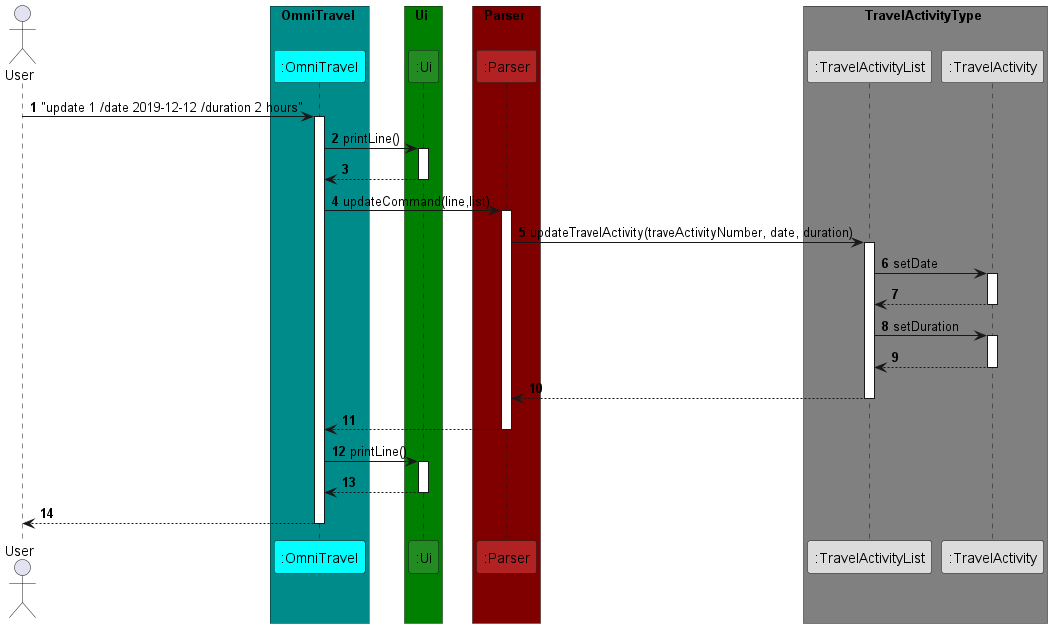
Before: docs/img_1.png, a diagram exported from PlantUML (annnniexu/tp). The source it was exported from:
```plantuml
@startuml

autonumber
!define LOGIC_COlOR #228B22
!define LOGIC_COlOR_T1 #B22222
!define LOGIC_COlOR_T2 #DCDCDC
!define LOGIC_COlOR_T3 #808080
!define LOGIC_COlOR_T4 #008000
!define LOGIC_COlOR_T5 #800000
!define LOGIC_COlOR_T6 #008B8B
!define LOGIC_COlOR_T7 #00FFFF

actor User as user

box OmniTravel LOGIC_COlOR_T6
participant ":OmniTravel" as OmniTravel LOGIC_COlOR_T7

box Ui LOGIC_COlOR_T4
participant ":Ui" as Ui LOGIC_COlOR

box Parser LOGIC_COlOR_T5
participant ":Parser" as Parser LOGIC_COlOR_T1
end box

box TravelActivityType LOGIC_COlOR_T3
participant ":TravelActivityList" as TravelActivityList LOGIC_COlOR_T2
participant ":TravelActivity" as TravelActivity LOGIC_COlOR_T2
end box

user -> OmniTravel : "update 1 /date 2019-12-12 /duration 2 hours"
activate OmniTravel
OmniTravel -> Ui : printLine()
activate Ui
Ui --> OmniTravel
deactivate Ui
OmniTravel-> Parser : updateCommand(line,list)
activate Parser
Parser -> TravelActivityList: updateTravelActivity(traveActivityNumber, date, duration)
activate TravelActivityList
TravelActivityList -> TravelActivity: setDate
activate TravelActivity
TravelActivity --> TravelActivityList
deactivate TravelActivity
TravelActivityList -> TravelActivity: setDuration
activate TravelActivity
TravelActivity --> TravelActivityList
deactivate TravelActivity
TravelActivityList --> Parser
deactivate TravelActivityList
Parser -->OmniTravel
deactivate Parser
OmniTravel-> Ui : printLine()
activate Ui
Ui -->OmniTravel
deactivate Ui
OmniTravel --> user
deactivate OmniTravel


@enduml
```
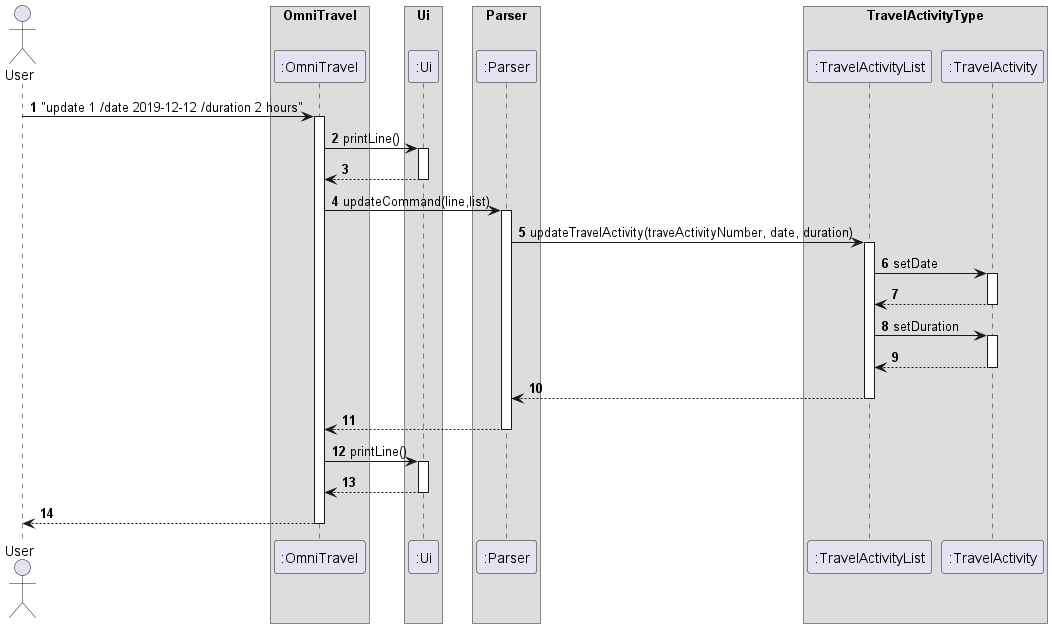
After the change.

The edit, as a diff of the source:
```diff
@@ -1,30 +1,23 @@
 @startuml
 
 autonumber
-!define LOGIC_COlOR #228B22
-!define LOGIC_COlOR_T1 #B22222
-!define LOGIC_COlOR_T2 #DCDCDC
-!define LOGIC_COlOR_T3 #808080
-!define LOGIC_COlOR_T4 #008000
-!define LOGIC_COlOR_T5 #800000
-!define LOGIC_COlOR_T6 #008B8B
-!define LOGIC_COlOR_T7 #00FFFF
+
 
 actor User as user
 
-box OmniTravel LOGIC_COlOR_T6
-participant ":OmniTravel" as OmniTravel LOGIC_COlOR_T7
+box OmniTravel
+participant ":OmniTravel" as OmniTravel
 
-box Ui LOGIC_COlOR_T4
-participant ":Ui" as Ui LOGIC_COlOR
+box Ui
+participant ":Ui" as Ui
 
-box Parser LOGIC_COlOR_T5
-participant ":Parser" as Parser LOGIC_COlOR_T1
+box Parser
+participant ":Parser" as Parser
 end box
 
-box TravelActivityType LOGIC_COlOR_T3
-participant ":TravelActivityList" as TravelActivityList LOGIC_COlOR_T2
-participant ":TravelActivity" as TravelActivity LOGIC_COlOR_T2
+box TravelActivityType
+participant ":TravelActivityList" as TravelActivityList
+participant ":TravelActivity" as TravelActivity
 end box
 
 user -> OmniTravel : "update 1 /date 2019-12-12 /duration 2 hours"
```
